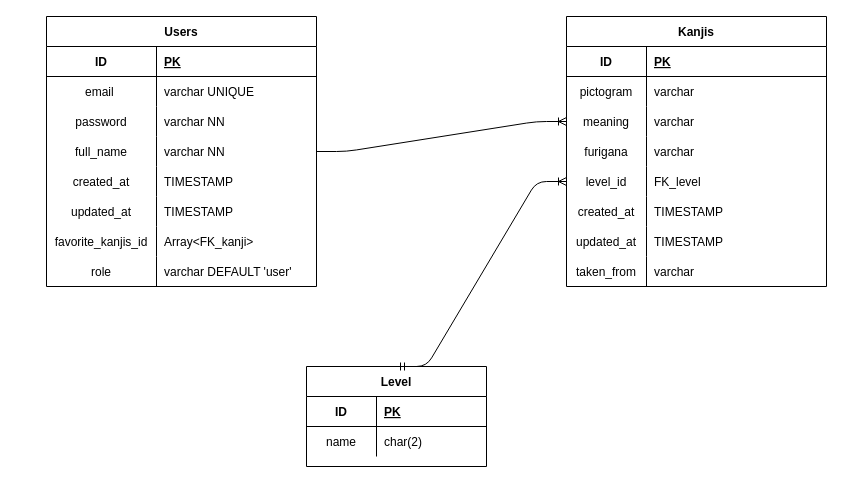
Earlier version of the draw.io diagram src/database/PD.drawio (AndrewAC21/Kanji-web-backend). Source tidied: cells renumbered, new cells numbered last; positions are measured from the earlier drawing's top-left corner, leaving out a move shared by most shapes. Both pictures are drawn from the tidied source at 100%, with x=0, y=0 at pixel (46, 16).
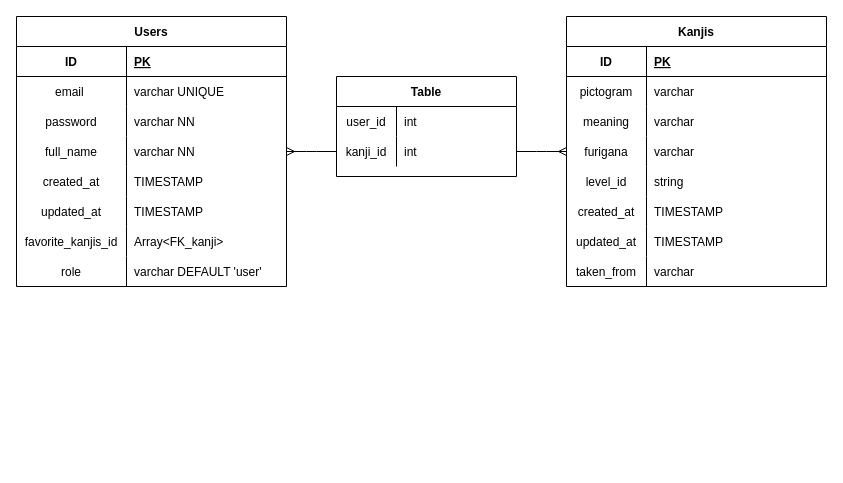
Above is the later version.

Unchanged cells that the change refers to:
```xml
<mxCell id="12" style="shape=partialRectangle;fillColor=none;top=0;left=0;bottom=0;right=0;points=[[0,0.5],[1,0.5]];portConstraint=eastwest;" parent="2" vertex="1">
  <mxGeometry y="120" width="270" height="30" as="geometry" />
</mxCell>
<mxCell id="34" style="shape=partialRectangle;fillColor=none;top=0;left=0;bottom=0;right=0;points=[[0,0.5],[1,0.5]];portConstraint=eastwest;" parent="27" vertex="1">
  <mxGeometry y="90" width="260" height="30" as="geometry" />
</mxCell>
<mxCell id="37" style="shape=partialRectangle;fillColor=none;top=0;left=0;bottom=0;right=0;points=[[0,0.5],[1,0.5]];portConstraint=eastwest;" parent="27" vertex="1">
  <mxGeometry y="120" width="260" height="30" as="geometry" />
</mxCell>
<mxCell id="40" style="shape=partialRectangle;fillColor=none;top=0;left=0;bottom=0;right=0;points=[[0,0.5],[1,0.5]];portConstraint=eastwest;" parent="27" vertex="1">
  <mxGeometry y="150" width="260" height="30" as="geometry" />
</mxCell>
```

The edit, as a diff of the source:
```diff
@@
     <mxCell id="2" value="Users" style="shape=table;startSize=30;childLayout=tableLayout;rowLines=0;fontStyle=1;align=center;" parent="1" vertex="1">
-      <mxGeometry width="270" height="270" as="geometry" />
+      <mxGeometry x="-30" width="270" height="270" as="geometry" />
     </mxCell>
@@
-    <mxCell id="42" value="FK_level" style="shape=partialRectangle;fillColor=none;top=0;left=0;bottom=0;right=0;align=left;spacingLeft=6;overflow=hidden;" parent="40" vertex="1">
+    <mxCell id="42" value="string" style="shape=partialRectangle;fillColor=none;top=0;left=0;bottom=0;right=0;align=left;spacingLeft=6;overflow=hidden;" parent="40" vertex="1">
       <mxGeometry x="80" width="180" height="30" as="geometry" />
     </mxCell>
@@
-    <mxCell id="52" style="edgeStyle=entityRelationEdgeStyle;fontSize=18;html=1;endArrow=ERoneToMany;exitX=1;exitY=0.5;exitDx=0;exitDy=0;entryX=0;entryY=0.5;entryDx=0;entryDy=0;" parent="1" edge="1" source="12" target="34">
-      <mxGeometry relative="1" as="geometry" />
-    </mxCell>
-    <mxCell id="53" value="Level" style="shape=table;startSize=30;childLayout=tableLayout;rowLines=0;fontStyle=1;align=center;" parent="1" vertex="1">
-      <mxGeometry x="260" y="350" width="180" height="100" as="geometry" />
-    </mxCell>
-    <mxCell id="54" style="shape=partialRectangle;fillColor=none;top=0;left=0;bottom=1;right=0;" parent="53" vertex="1">
-      <mxGeometry y="30" width="180" height="30" as="geometry" />
-    </mxCell>
-    <mxCell id="55" value="ID" style="shape=partialRectangle;fillColor=none;top=0;left=0;bottom=0;right=0;fontStyle=1;overflow=hidden;" parent="54" vertex="1">
-      <mxGeometry width="70" height="30" as="geometry" />
-    </mxCell>
-    <mxCell id="56" value="PK" style="shape=partialRectangle;fillColor=none;top=0;left=0;bottom=0;right=0;align=left;spacingLeft=6;fontStyle=5;overflow=hidden;" parent="54" vertex="1">
-      <mxGeometry x="70" width="110" height="30" as="geometry" />
-    </mxCell>
+    <mxCell id="61" value="Table" style="shape=table;startSize=30;childLayout=tableLayout;rowLines=0;fontStyle=1;align=center;" parent="1" vertex="1">
+      <mxGeometry x="290" y="60" width="180" height="100" as="geometry" />
+    </mxCell>
+    <mxCell id="62" style="shape=partialRectangle;fillColor=none;top=0;left=0;bottom=0;right=0;" parent="61" vertex="1">
+      <mxGeometry y="30" width="180" height="30" as="geometry" />
+    </mxCell>
+    <mxCell id="63" value="user_id" style="shape=partialRectangle;fillColor=none;top=0;left=0;bottom=0;right=0;overflow=hidden;" parent="62" vertex="1">
+      <mxGeometry width="60" height="30" as="geometry" />
+    </mxCell>
+    <mxCell id="64" value="int" style="shape=partialRectangle;fillColor=none;top=0;left=0;bottom=0;right=0;align=left;spacingLeft=6;overflow=hidden;" parent="62" vertex="1">
+      <mxGeometry x="60" width="120" height="30" as="geometry" />
+    </mxCell>
-    <mxCell id="57" style="shape=partialRectangle;fillColor=none;top=0;left=0;bottom=0;right=0;points=[[0,0.5],[1,0.5]];portConstraint=eastwest;" parent="53" vertex="1">
+    <mxCell id="57" style="shape=partialRectangle;fillColor=none;top=0;left=0;bottom=0;right=0;points=[[0,0.5],[1,0.5]];portConstraint=eastwest;" parent="61" vertex="1">
       <mxGeometry y="60" width="180" height="30" as="geometry" />
     </mxCell>
-    <mxCell id="58" value="name" style="shape=partialRectangle;fillColor=none;top=0;left=0;bottom=0;right=0;overflow=hidden;" parent="57" vertex="1">
-      <mxGeometry width="70" height="30" as="geometry" />
-    </mxCell>
-    <mxCell id="59" value="char(2)" style="shape=partialRectangle;fillColor=none;top=0;left=0;bottom=0;right=0;align=left;spacingLeft=6;overflow=hidden;" parent="57" vertex="1">
-      <mxGeometry x="70" width="110" height="30" as="geometry" />
-    </mxCell>
-    <mxCell id="60" style="edgeStyle=entityRelationEdgeStyle;fontSize=12;html=1;endArrow=ERoneToMany;startArrow=ERmandOne;entryX=0;entryY=0.5;entryDx=0;entryDy=0;exitX=0.5;exitY=0;exitDx=0;exitDy=0;" parent="1" edge="1" source="53" target="40">
-      <mxGeometry relative="1" as="geometry" />
-    </mxCell>
+    <mxCell id="65" value="kanji_id" style="shape=partialRectangle;fillColor=none;top=0;left=0;bottom=0;right=0;overflow=hidden;" parent="57" vertex="1">
+      <mxGeometry width="60" height="30" as="geometry" />
+    </mxCell>
+    <mxCell id="66" value="int" style="shape=partialRectangle;fillColor=none;top=0;left=0;bottom=0;right=0;align=left;spacingLeft=6;overflow=hidden;" parent="57" vertex="1">
+      <mxGeometry x="60" width="120" height="30" as="geometry" />
+    </mxCell>
+    <mxCell id="67" style="edgeStyle=entityRelationEdgeStyle;fontSize=12;html=1;endArrow=ERmany;exitX=1;exitY=0.5;exitDx=0;exitDy=0;entryX=0;entryY=0.5;entryDx=0;entryDy=0;" parent="1" edge="1" source="57" target="37">
+      <mxGeometry relative="1" as="geometry" />
+    </mxCell>
+    <mxCell id="68" style="edgeStyle=entityRelationEdgeStyle;fontSize=12;html=1;endArrow=ERmany;entryX=1;entryY=0.5;entryDx=0;entryDy=0;exitX=0;exitY=0.5;exitDx=0;exitDy=0;" parent="1" edge="1" source="57" target="12">
+      <mxGeometry relative="1" as="geometry" />
+    </mxCell>
```
